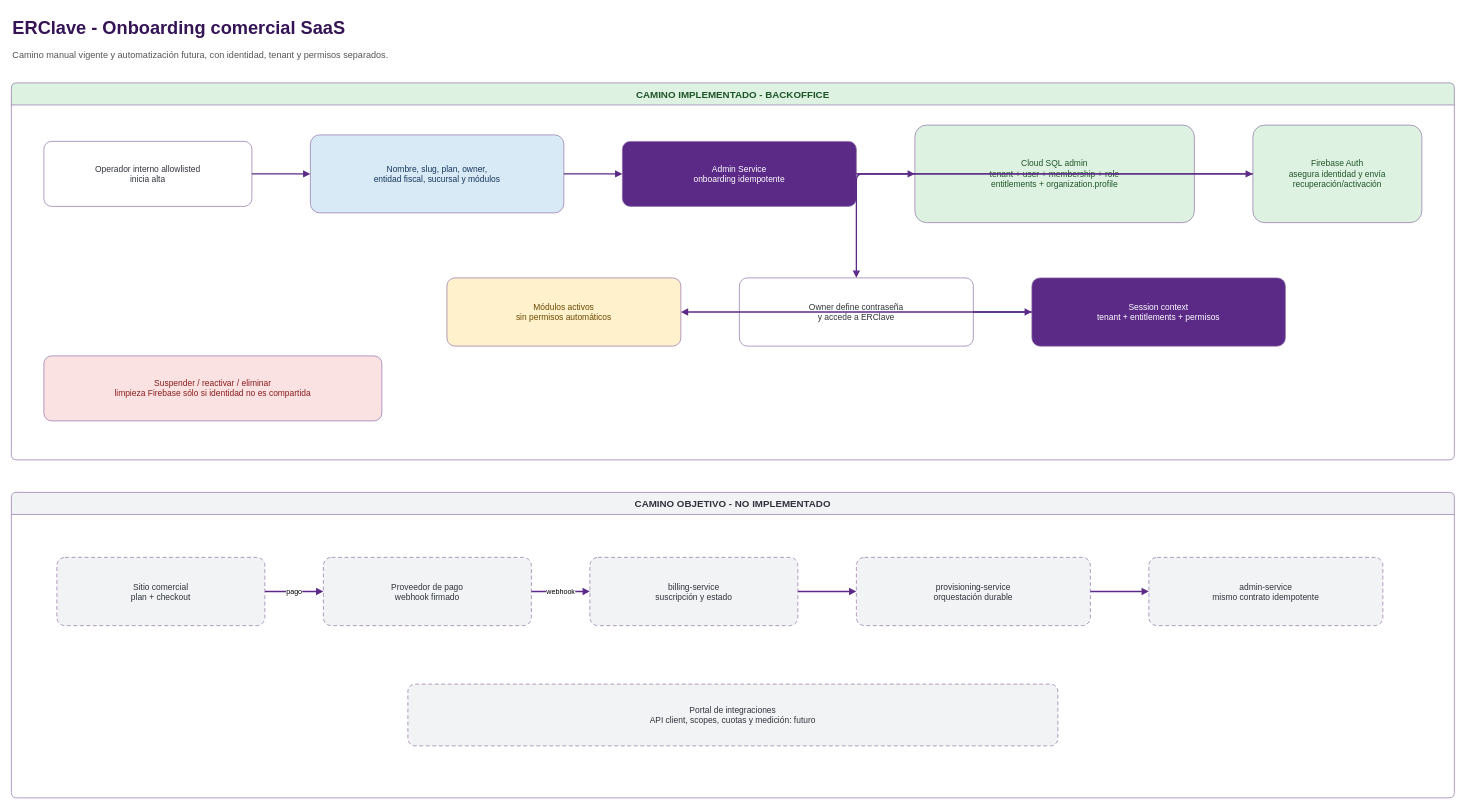
Earlier version of the draw.io diagram docs/arquitectura/diagramas/onboarding_comercial_saas.drawio (ChemaPsan/eslaclave-erclave). Source tidied: cells renumbered, new cells numbered last; positions are measured from the earlier drawing's top-left corner, leaving out a move shared by most shapes. Both pictures are drawn from the tidied source at 65%, with x=0, y=0 at pixel (11, 11).
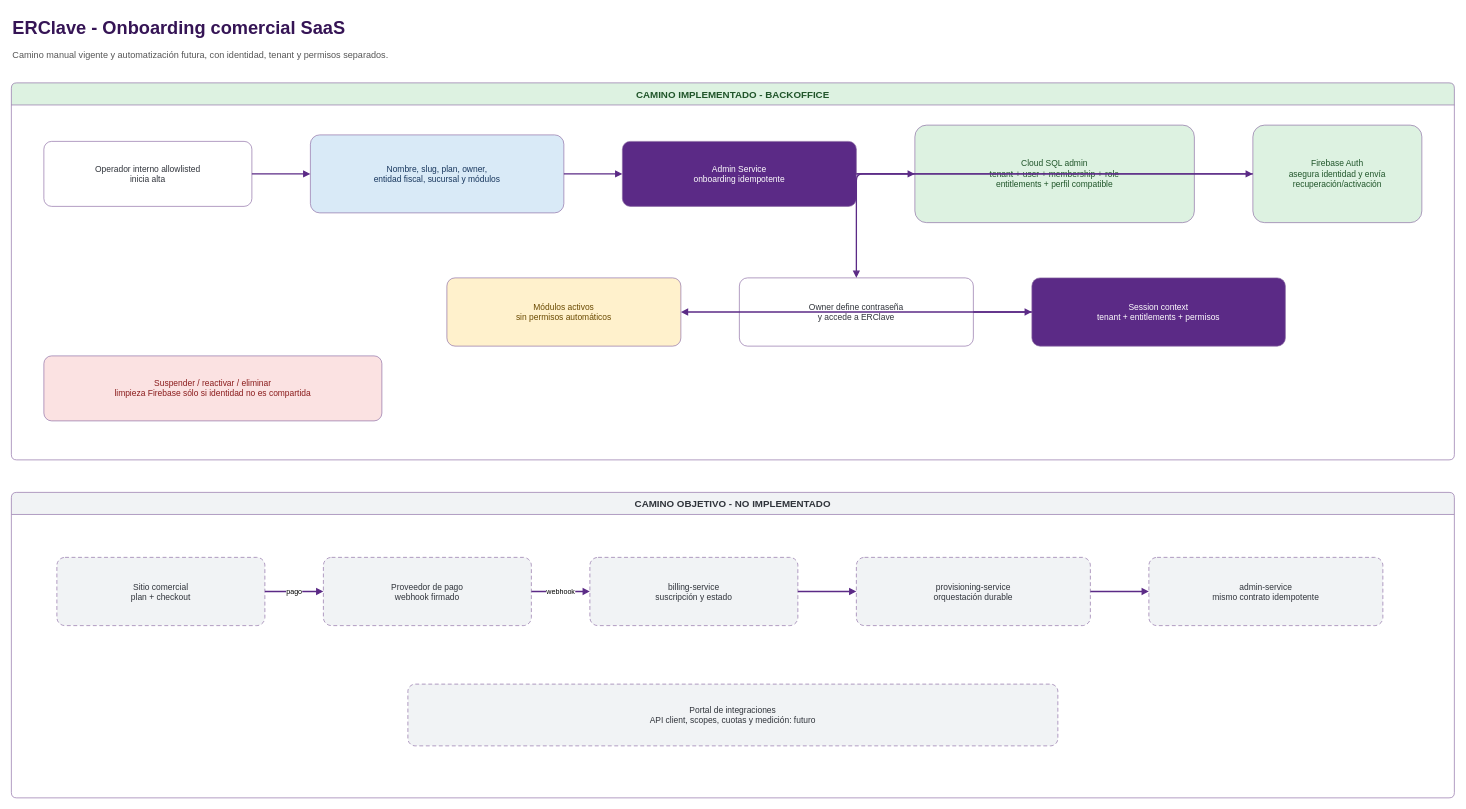
The same diagram, later.

Diff of the diagram source:
```diff
@@
-    <mxCell id="8" value="Cloud SQL admin&lt;br&gt;tenant + user + membership + role&lt;br&gt;entitlements + organization.profile" style="rounded=1;whiteSpace=wrap;html=1;arcSize=12;fillColor=#DDF2E1;strokeColor=#8A6AA3;fontColor=#20552A;fontSize=13;spacing=8;" parent="1" vertex="1">
+    <mxCell id="8" value="Cloud SQL admin&lt;br&gt;tenant + user + membership + role&lt;br&gt;entitlements + perfil compatible" style="rounded=1;whiteSpace=wrap;html=1;arcSize=12;fillColor=#DDF2E1;strokeColor=#8A6AA3;fontColor=#20552A;fontSize=13;spacing=8;" parent="1" vertex="1">
       <mxGeometry x="1390" y="175" width="430" height="150" as="geometry" />
     </mxCell>
```
